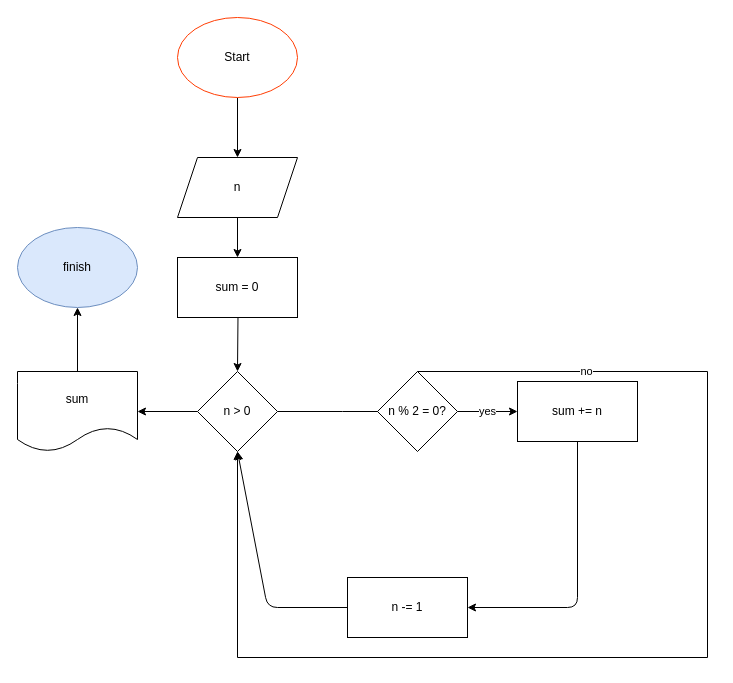
Before: sum_of_nums.drawio in yourenoticed/gb, a draw.io diagram. Source tidied: cells renumbered, new cells numbered last; positions are measured from the earlier drawing's top-left corner, leaving out a move shared by most shapes. Both pictures are drawn from the tidied source at 100%, with x=0, y=0 at pixel (17, 17).
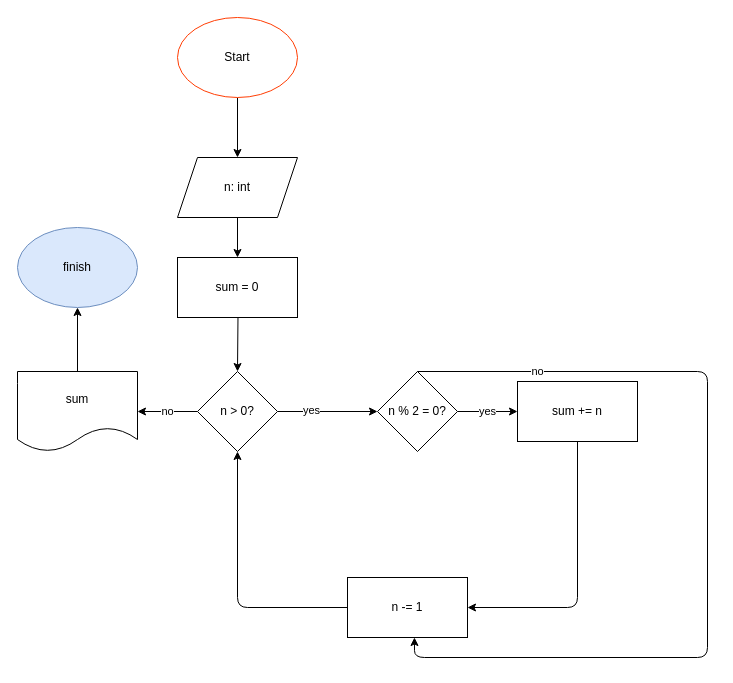
Above is the later version.

Unchanged cells that the change refers to:
```xml
<mxCell id="12" value="n % 2 = 0?" style="rhombus;whiteSpace=wrap;html=1;" parent="1" vertex="1">
  <mxGeometry x="360" y="354" width="80" height="80" as="geometry" />
</mxCell>
<mxCell id="14" value="sum" style="shape=document;whiteSpace=wrap;html=1;boundedLbl=1;" parent="1" vertex="1">
  <mxGeometry y="354" width="120" height="80" as="geometry" />
</mxCell>
<mxCell id="19" value="n -= 1" style="rounded=0;whiteSpace=wrap;html=1;" parent="1" vertex="1">
  <mxGeometry x="330" y="560" width="120" height="60" as="geometry" />
</mxCell>
```

What changed in the source:
```diff
@@
-    <mxCell id="6" value="n" style="shape=parallelogram;perimeter=parallelogramPerimeter;whiteSpace=wrap;html=1;fixedSize=1;" parent="1" vertex="1">
+    <mxCell id="6" value="n: int" style="shape=parallelogram;perimeter=parallelogramPerimeter;whiteSpace=wrap;html=1;fixedSize=1;" parent="1" vertex="1">
       <mxGeometry x="160" y="140" width="120" height="60" as="geometry" />
     </mxCell>
-    <mxCell id="7" style="edgeStyle=orthogonalEdgeStyle;rounded=0;jettySize=auto;html=1;" parent="1" edge="1" source="9">
-      <mxGeometry relative="1" as="geometry">
-        <mxPoint x="390" y="394" as="targetPoint" />
-      </mxGeometry>
+    <mxCell id="7" style="edgeStyle=orthogonalEdgeStyle;rounded=0;jettySize=auto;html=1;entryX=0;entryY=0.5;entryDx=0;entryDy=0;entryPerimeter=0;" parent="1" edge="1" source="9" target="12">
+      <mxGeometry relative="1" as="geometry" />
     </mxCell>
+    <mxCell id="21" value="yes" style="edgeLabel;html=1;align=center;verticalAlign=middle;" parent="7" vertex="1">
+      <mxGeometry x="-0.34" y="2" relative="1" as="geometry" />
+    </mxCell>
-    <mxCell id="8" style="edgeStyle=orthogonalEdgeStyle;rounded=0;jettySize=auto;html=1;" parent="1" edge="1" source="9" target="14">
+    <mxCell id="8" value="no" style="edgeStyle=orthogonalEdgeStyle;rounded=0;jettySize=auto;html=1;" parent="1" edge="1" source="9" target="14">
       <mxGeometry relative="1" as="geometry" />
     </mxCell>
-    <mxCell id="9" value="n &amp;gt; 0" style="rhombus;whiteSpace=wrap;html=1;" parent="1" vertex="1">
+    <mxCell id="9" value="n &amp;gt; 0?" style="rhombus;whiteSpace=wrap;html=1;" parent="1" vertex="1">
       <mxGeometry x="180" y="354" width="80" height="80" as="geometry" />
     </mxCell>
@@
-    <mxCell id="17" value="no" style="endArrow=classic;html=1;rounded=0;exitX=0.5;exitY=0;exitDx=0;exitDy=0;entryX=0.5;entryY=1;entryDx=0;entryDy=0;" parent="1" edge="1" source="12" target="9">
+    <mxCell id="17" value="no" style="endArrow=classic;html=1;rounded=1;exitX=0.5;exitY=0;exitDx=0;exitDy=0;entryX=0.558;entryY=1;entryDx=0;entryDy=0;entryPerimeter=0;" parent="1" edge="1" source="12" target="19">
       <mxGeometry x="-0.73" relative="1" as="geometry">
         <Array as="points">
           <mxPoint x="690" y="354" />
           <mxPoint x="690" y="640" />
-          <mxPoint x="220" y="640" />
+          <mxPoint x="397" y="640" />
         </Array>
       </mxGeometry>
     </mxCell>
@@
     <mxCell id="20" style="endArrow=classic;html=1;rounded=1;exitX=0;exitY=0.5;exitDx=0;exitDy=0;entryX=0.5;entryY=1;entryDx=0;entryDy=0;" parent="1" edge="1" source="19" target="9">
       <mxGeometry relative="1" as="geometry">
         <Array as="points">
-          <mxPoint x="250" y="590" />
+          <mxPoint x="220" y="590" />
         </Array>
       </mxGeometry>
     </mxCell>
```
